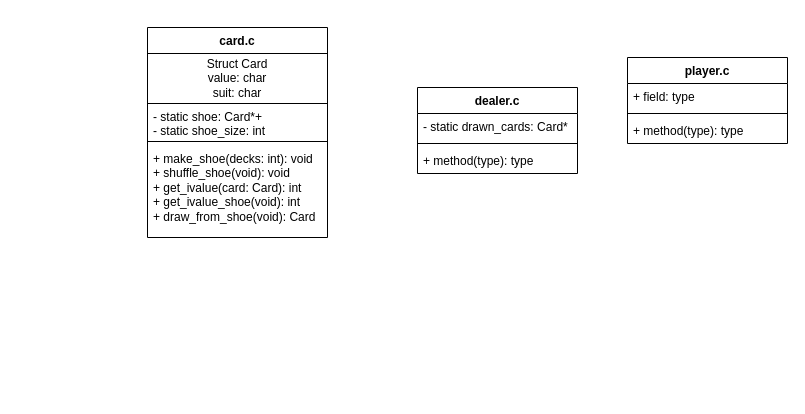
Earlier version of the draw.io diagram misc/BlackJackRemakeUML.drawio (BigDave0071/BlackJackRemake). Source tidied: cells renumbered, new cells numbered last; positions are measured from the earlier drawing's top-left corner, leaving out a move shared by most shapes. Both pictures are drawn from the tidied source at 100%, with x=0, y=0 at pixel (147, 27).
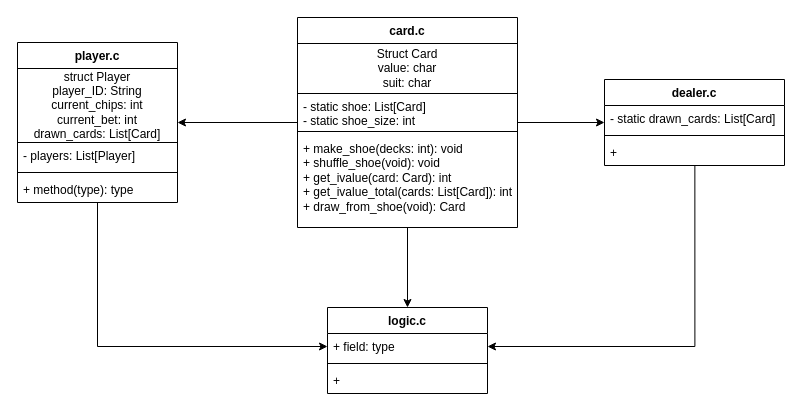
The same diagram, later.

Commit message (it also covers changes not shown here):
Progress on UML diagram

Diff of the diagram source:
```diff
@@
+    <mxCell id="15" style="edgeStyle=orthogonalEdgeStyle;rounded=0;jettySize=auto;html=1;" parent="1" edge="1" source="2" target="11">
+      <mxGeometry relative="1" as="geometry" />
+    </mxCell>
+    <mxCell id="16" style="edgeStyle=orthogonalEdgeStyle;rounded=0;jettySize=auto;html=1;" parent="1" edge="1" source="2" target="7">
+      <mxGeometry relative="1" as="geometry" />
+    </mxCell>
     <mxCell id="2" value="card.c" style="swimlane;fontStyle=1;align=center;verticalAlign=top;horizontal=1;startSize=26;whiteSpace=wrap;html=1;" parent="1" vertex="1">
-      <mxGeometry width="180" height="210" as="geometry" />
+      <mxGeometry x="150" y="-10" width="220" height="210" as="geometry" />
     </mxCell>
     <mxCell id="3" value="Struct Card&lt;div&gt;value: char&lt;/div&gt;&lt;div&gt;suit: char&lt;/div&gt;" style="html=1;whiteSpace=wrap;" parent="2" vertex="1">
-      <mxGeometry y="26" width="180" height="50" as="geometry" />
+      <mxGeometry y="26" width="220" height="50" as="geometry" />
     </mxCell>
-    <mxCell id="4" value="- static shoe: Card*+&lt;div&gt;- static shoe_size: int&lt;/div&gt;" style="text;strokeColor=none;fillColor=none;align=left;verticalAlign=top;spacingLeft=4;spacingRight=4;overflow=hidden;whiteSpace=wrap;html=1;" parent="2" vertex="1">
-      <mxGeometry y="76" width="180" height="34" as="geometry" />
+    <mxCell id="4" value="- static shoe: List[Card]&lt;div&gt;- static shoe_size: int&lt;/div&gt;" style="text;strokeColor=none;fillColor=none;align=left;verticalAlign=top;spacingLeft=4;spacingRight=4;overflow=hidden;whiteSpace=wrap;html=1;" parent="2" vertex="1">
+      <mxGeometry y="76" width="220" height="34" as="geometry" />
     </mxCell>
     <mxCell id="5" style="line;strokeWidth=1;fillColor=none;align=left;verticalAlign=middle;spacingTop=-1;spacingLeft=3;spacingRight=3;labelPosition=right;strokeColor=inherit;" parent="2" vertex="1">
-      <mxGeometry y="110" width="180" height="8" as="geometry" />
+      <mxGeometry y="110" width="220" height="8" as="geometry" />
     </mxCell>
-    <mxCell id="6" value="+ make_shoe(decks: int): void&lt;div&gt;+ shuffle_shoe(void): void&lt;/div&gt;&lt;div&gt;+ get_ivalue(card: Card): int&lt;br&gt;+ get_ivalue_shoe(void): int&lt;/div&gt;&lt;div&gt;+ draw_from_shoe(void): Card&lt;/div&gt;&lt;div style=&quot;display:none&quot; id=&quot;SDCloudData&quot;&gt;&lt;/div&gt;" style="text;strokeColor=none;fillColor=none;align=left;verticalAlign=top;spacingLeft=4;spacingRight=4;overflow=hidden;whiteSpace=wrap;html=1;" parent="2" vertex="1">
-      <mxGeometry y="118" width="180" height="92" as="geometry" />
+    <mxCell id="6" value="+ make_shoe(decks: int): void&lt;div&gt;+ shuffle_shoe(void): void&lt;/div&gt;&lt;div&gt;+ get_ivalue(card: Card): int&lt;br&gt;+ get_ivalue_total(cards: List[Card]): int&lt;/div&gt;&lt;div&gt;+ draw_from_shoe(void): Card&lt;/div&gt;&lt;div style=&quot;display:none&quot; id=&quot;SDCloudData&quot;&gt;&lt;/div&gt;" style="text;strokeColor=none;fillColor=none;align=left;verticalAlign=top;spacingLeft=4;spacingRight=4;overflow=hidden;whiteSpace=wrap;html=1;" parent="2" vertex="1">
+      <mxGeometry y="118" width="220" height="92" as="geometry" />
     </mxCell>
     <mxCell id="7" value="dealer.c" style="swimlane;fontStyle=1;align=center;verticalAlign=top;horizontal=1;startSize=26;whiteSpace=wrap;html=1;" parent="1" vertex="1">
-      <mxGeometry x="270" y="60" width="160" height="86" as="geometry" />
+      <mxGeometry x="457" y="52" width="180" height="86" as="geometry" />
     </mxCell>
-    <mxCell id="8" value="- static drawn_cards: Card*" style="text;strokeColor=none;fillColor=none;align=left;verticalAlign=top;spacingLeft=4;spacingRight=4;overflow=hidden;whiteSpace=wrap;html=1;" parent="7" vertex="1">
-      <mxGeometry y="26" width="160" height="26" as="geometry" />
+    <mxCell id="8" value="- static drawn_cards: List[Card]" style="text;strokeColor=none;fillColor=none;align=left;verticalAlign=top;spacingLeft=4;spacingRight=4;overflow=hidden;whiteSpace=wrap;html=1;" parent="7" vertex="1">
+      <mxGeometry y="26" width="180" height="26" as="geometry" />
     </mxCell>
     <mxCell id="9" style="line;strokeWidth=1;fillColor=none;align=left;verticalAlign=middle;spacingTop=-1;spacingLeft=3;spacingRight=3;labelPosition=right;strokeColor=inherit;" parent="7" vertex="1">
-      <mxGeometry y="52" width="160" height="8" as="geometry" />
+      <mxGeometry y="52" width="180" height="8" as="geometry" />
     </mxCell>
-    <mxCell id="10" value="+ method(type): type" style="text;strokeColor=none;fillColor=none;align=left;verticalAlign=top;spacingLeft=4;spacingRight=4;overflow=hidden;points=[[0,0.5],[1,0.5]];portConstraint=eastwest;whiteSpace=wrap;html=1;" parent="7" vertex="1">
-      <mxGeometry y="60" width="160" height="26" as="geometry" />
+    <mxCell id="10" value="+&amp;nbsp;" style="text;strokeColor=none;fillColor=none;align=left;verticalAlign=top;spacingLeft=4;spacingRight=4;overflow=hidden;points=[[0,0.5],[1,0.5]];portConstraint=eastwest;whiteSpace=wrap;html=1;" parent="7" vertex="1">
+      <mxGeometry y="60" width="180" height="26" as="geometry" />
     </mxCell>
     <mxCell id="11" value="player.c" style="swimlane;fontStyle=1;align=center;verticalAlign=top;horizontal=1;startSize=26;whiteSpace=wrap;html=1;" parent="1" vertex="1">
-      <mxGeometry x="480" y="30" width="160" height="86" as="geometry" />
+      <mxGeometry x="-130" y="15" width="160" height="160" as="geometry" />
     </mxCell>
+    <mxCell id="17" value="struct Player&lt;div&gt;player_ID: String&lt;/div&gt;&lt;div&gt;current_chips: int&lt;/div&gt;&lt;div&gt;current_bet: int&lt;/div&gt;&lt;div&gt;&lt;span style=&quot;background-color: transparent; color: light-dark(rgb(0, 0, 0), rgb(255, 255, 255));&quot;&gt;drawn_cards: List[Card]&lt;/span&gt;&lt;/div&gt;" style="html=1;whiteSpace=wrap;" parent="11" vertex="1">
+      <mxGeometry y="26" width="160" height="74" as="geometry" />
+    </mxCell>
-    <mxCell id="12" value="+ field: type" style="text;strokeColor=none;fillColor=none;align=left;verticalAlign=top;spacingLeft=4;spacingRight=4;overflow=hidden;whiteSpace=wrap;html=1;" parent="11" vertex="1">
-      <mxGeometry y="26" width="160" height="26" as="geometry" />
+    <mxCell id="12" value="- players: List[Player]" style="text;strokeColor=none;fillColor=none;align=left;verticalAlign=top;spacingLeft=4;spacingRight=4;overflow=hidden;whiteSpace=wrap;html=1;" parent="11" vertex="1">
+      <mxGeometry y="100" width="160" height="26" as="geometry" />
     </mxCell>
     <mxCell id="13" style="line;strokeWidth=1;fillColor=none;align=left;verticalAlign=middle;spacingTop=-1;spacingLeft=3;spacingRight=3;labelPosition=right;strokeColor=inherit;" parent="11" vertex="1">
-      <mxGeometry y="52" width="160" height="8" as="geometry" />
+      <mxGeometry y="126" width="160" height="8" as="geometry" />
     </mxCell>
     <mxCell id="14" value="+ method(type): type" style="text;strokeColor=none;fillColor=none;align=left;verticalAlign=top;spacingLeft=4;spacingRight=4;overflow=hidden;whiteSpace=wrap;html=1;" parent="11" vertex="1">
-      <mxGeometry y="60" width="160" height="26" as="geometry" />
+      <mxGeometry y="134" width="160" height="26" as="geometry" />
     </mxCell>
+    <mxCell id="18" style="edgeStyle=orthogonalEdgeStyle;rounded=0;jettySize=auto;html=1;" parent="1" edge="1" source="2" target="19">
+      <mxGeometry relative="1" as="geometry" />
+    </mxCell>
+    <mxCell id="19" value="logic.c" style="swimlane;fontStyle=1;align=center;verticalAlign=top;horizontal=1;startSize=26;whiteSpace=wrap;html=1;" parent="1" vertex="1">
+      <mxGeometry x="180" y="280" width="160" height="86" as="geometry" />
+    </mxCell>
+    <mxCell id="20" value="+ field: type" style="text;strokeColor=none;fillColor=none;align=left;verticalAlign=top;spacingLeft=4;spacingRight=4;overflow=hidden;points=[[0,0.5],[1,0.5]];portConstraint=eastwest;whiteSpace=wrap;html=1;" parent="19" vertex="1">
+      <mxGeometry y="26" width="160" height="26" as="geometry" />
+    </mxCell>
+    <mxCell id="21" style="line;strokeWidth=1;fillColor=none;align=left;verticalAlign=middle;spacingTop=-1;spacingLeft=3;spacingRight=3;labelPosition=right;strokeColor=inherit;" parent="19" vertex="1">
+      <mxGeometry y="52" width="160" height="8" as="geometry" />
+    </mxCell>
+    <mxCell id="22" value="+&amp;nbsp;" style="text;strokeColor=none;fillColor=none;align=left;verticalAlign=top;spacingLeft=4;spacingRight=4;overflow=hidden;whiteSpace=wrap;html=1;" parent="19" vertex="1">
+      <mxGeometry y="60" width="160" height="26" as="geometry" />
+    </mxCell>
+    <mxCell id="23" style="edgeStyle=orthogonalEdgeStyle;rounded=0;jettySize=auto;html=1;" parent="1" edge="1" source="11" target="20">
+      <mxGeometry relative="1" as="geometry" />
+    </mxCell>
+    <mxCell id="24" style="edgeStyle=orthogonalEdgeStyle;rounded=0;jettySize=auto;html=1;exitX=0.502;exitY=1.013;exitDx=0;exitDy=0;exitPerimeter=0;" parent="1" edge="1" source="10" target="20">
+      <mxGeometry relative="1" as="geometry" />
+    </mxCell>
```
